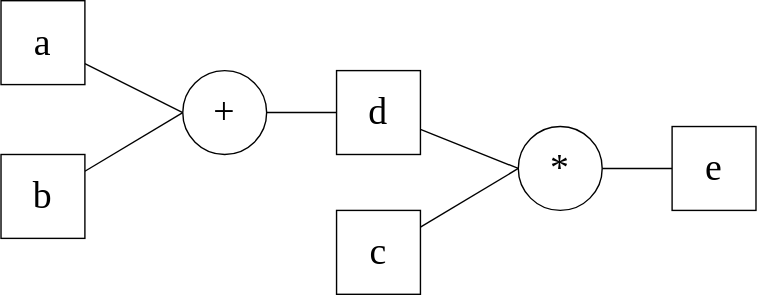
Janko-dev/autodiff keeps this draw.io diagram as img/comp_graph.drawio.svg. Above is the earlier version. Source tidied: cells renumbered, new cells last; positions are measured from the earlier drawing's top-left corner, leaving out a move shared by most shapes.
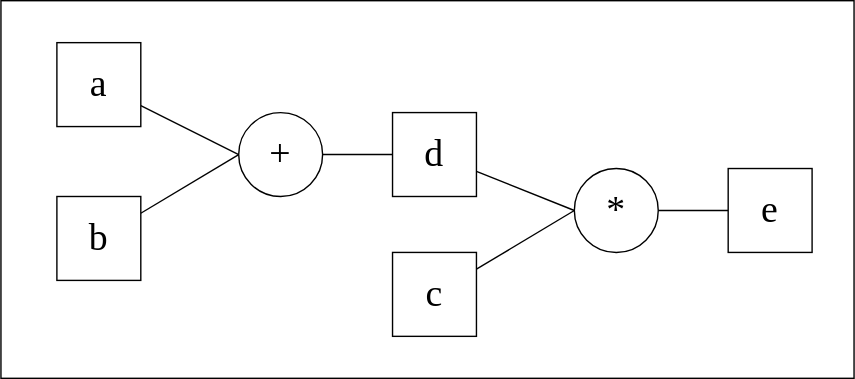
After the commit.

Diff of the diagram source:
```diff
@@ -2,6 +2,9 @@
   <root>
     <mxCell id="0" />
     <mxCell id="1" parent="0" />
+    <mxCell id="15" style="rounded=0;whiteSpace=wrap;html=1;" parent="1" vertex="1">
+      <mxGeometry x="-40" y="-30" width="610" height="270" as="geometry" />
+    </mxCell>
     <mxCell id="2" style="edgeStyle=none;html=1;entryX=0;entryY=0.5;entryDx=0;entryDy=0;fontFamily=Times New Roman;fontSize=27;endArrow=none;endFill=0;" parent="1" edge="1" source="3" target="9">
       <mxGeometry relative="1" as="geometry" />
     </mxCell>
```
